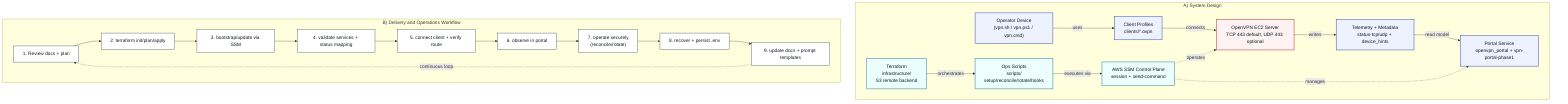
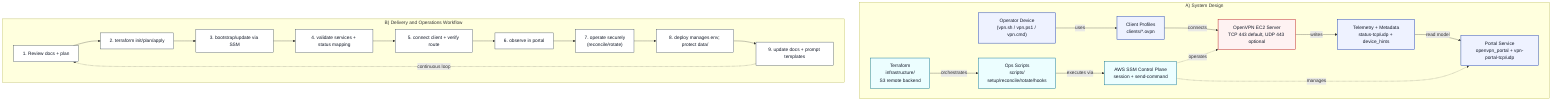
flowchart TB
    %% ============ A) System Design ============
    subgraph A["A) System Design"]
        OP["Operator Device\n(vpn.sh / vpn.ps1 / vpn.cmd)"]
        CP["Client Profiles\nclients/*.ovpn"]
        EC2["OpenVPN EC2 Server\nTCP 443 default, UDP 443 optional"]
        TEL["Telemetry + Metadata\nstatus-tcp/udp + device_hints"]
-         PORTAL["Portal Service\nopenvpn_portal + vpn-portal-phase1"]
+         PORTAL["Portal Service\nopenvpn_portal + vpn-portal-tcp/udp"]

        TF["Terraform\ninfrastructure/\nS3 remote backend"]
        OPS["Ops Scripts\nscripts/\nsetup/reconcile/rotate/hooks"]
        SSM["AWS SSM Control Plane\nsession + send-command"]

        OP -->|uses| CP
        CP -->|connects| EC2
        EC2 -->|writes| TEL
        TEL -->|read model| PORTAL

        TF -->|orchestrates| OPS
        OPS -->|executes via| SSM
        SSM -.->|operates| EC2
        SSM -.->|manages| PORTAL
    end

    %% ============ B) Delivery Workflow ============
    subgraph B["B) Delivery and Operations Workflow"]
        W1["1. Review docs + plan"]
        W2["2. terraform init/plan/apply"]
        W3["3. bootstrap/update via SSM"]
        W4["4. validate services + status mapping"]
        W5["5. connect client + verify route"]
        W6["6. observe in portal"]
        W7["7. operate securely\n(reconcile/rotate)"]
-         W8["8. recover + persist .env"]
+         W8["8. deploy manages env; protect data/"]
        W9["9. update docs + prompt templates"]

        W1 --> W2 --> W3 --> W4 --> W5 --> W6 --> W7 --> W8 --> W9
        W9 -.->|continuous loop| W1
    end

    classDef ops fill:#eef2ff,stroke:#1e40af,stroke-width:1.5px,color:#111827
    classDef infra fill:#ecfeff,stroke:#0e7490,stroke-width:1.5px,color:#111827
    classDef core fill:#fef2f2,stroke:#b91c1c,stroke-width:1.5px,color:#111827
    classDef flow fill:#ffffff,stroke:#334155,stroke-width:1.2px,color:#111827

    class OP,CP,PORTAL,TEL ops
    class TF,OPS,SSM infra
    class EC2 core
    class W1,W2,W3,W4,W5,W6,W7,W8,W9 flow
